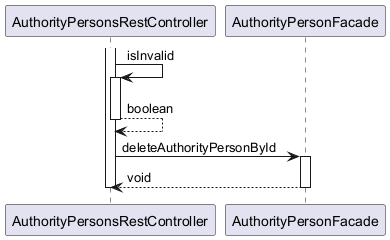
OlegSopilnyak/school-demo keeps this PlantUML diagram as ingress/documentation/html/images/Organization.AuthorityPerson.deletePerson.puml.png.png. Above is the earlier version.
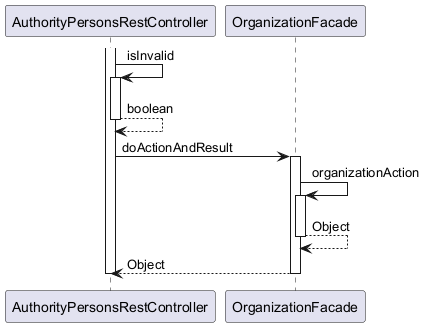
After the commit.

The edit, as a diff of the source:
```diff
@@ -1,17 +1,21 @@
 @startuml
 
 participant AuthorityPersonsRestController
-participant AuthorityPersonFacade
+participant OrganizationFacade
 
 activate AuthorityPersonsRestController
 	AuthorityPersonsRestController -> AuthorityPersonsRestController : isInvalid
 	activate AuthorityPersonsRestController
 		AuthorityPersonsRestController --> AuthorityPersonsRestController : boolean
 	deactivate AuthorityPersonsRestController
-	AuthorityPersonsRestController -> AuthorityPersonFacade : deleteAuthorityPersonById
-	activate AuthorityPersonFacade
-		AuthorityPersonFacade --> AuthorityPersonsRestController : void
-	deactivate AuthorityPersonFacade
+	AuthorityPersonsRestController -> OrganizationFacade : doActionAndResult
+	activate OrganizationFacade
+		OrganizationFacade -> OrganizationFacade : organizationAction
+		activate OrganizationFacade
+			OrganizationFacade --> OrganizationFacade : Object
+		deactivate OrganizationFacade
+		OrganizationFacade --> AuthorityPersonsRestController : Object
+	deactivate OrganizationFacade
 deactivate AuthorityPersonsRestController
 
 @enduml
```
